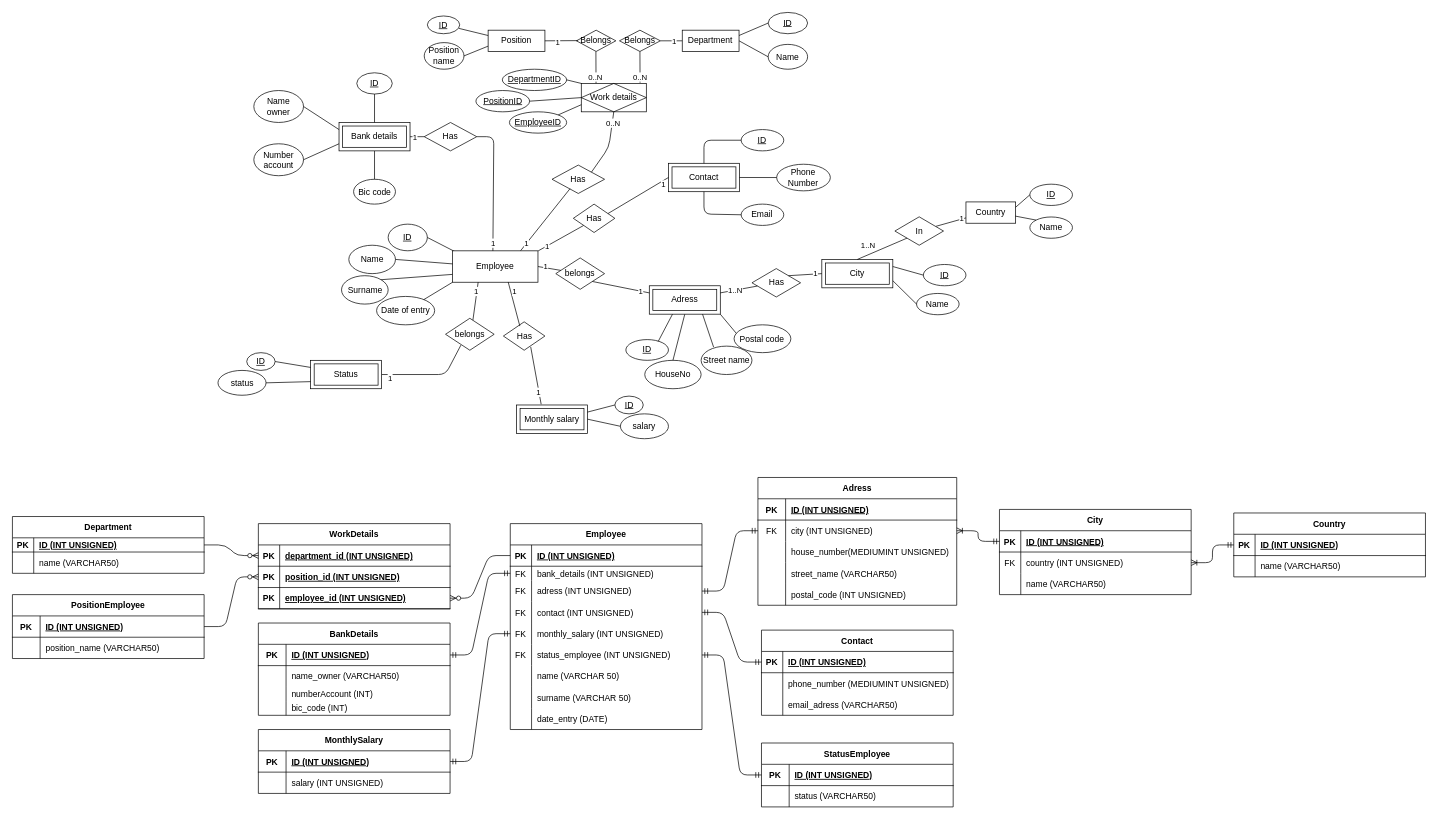
The draw.io diagram Scheme_database.drawio in AntoineD74/Database-project, before the edit. Source tidied: cells renumbered, new cells numbered last; positions are measured from the earlier drawing's top-left corner, leaving out a move shared by most shapes. Both pictures are drawn from the tidied source at 71%, with x=0, y=0 at pixel (12, 12).
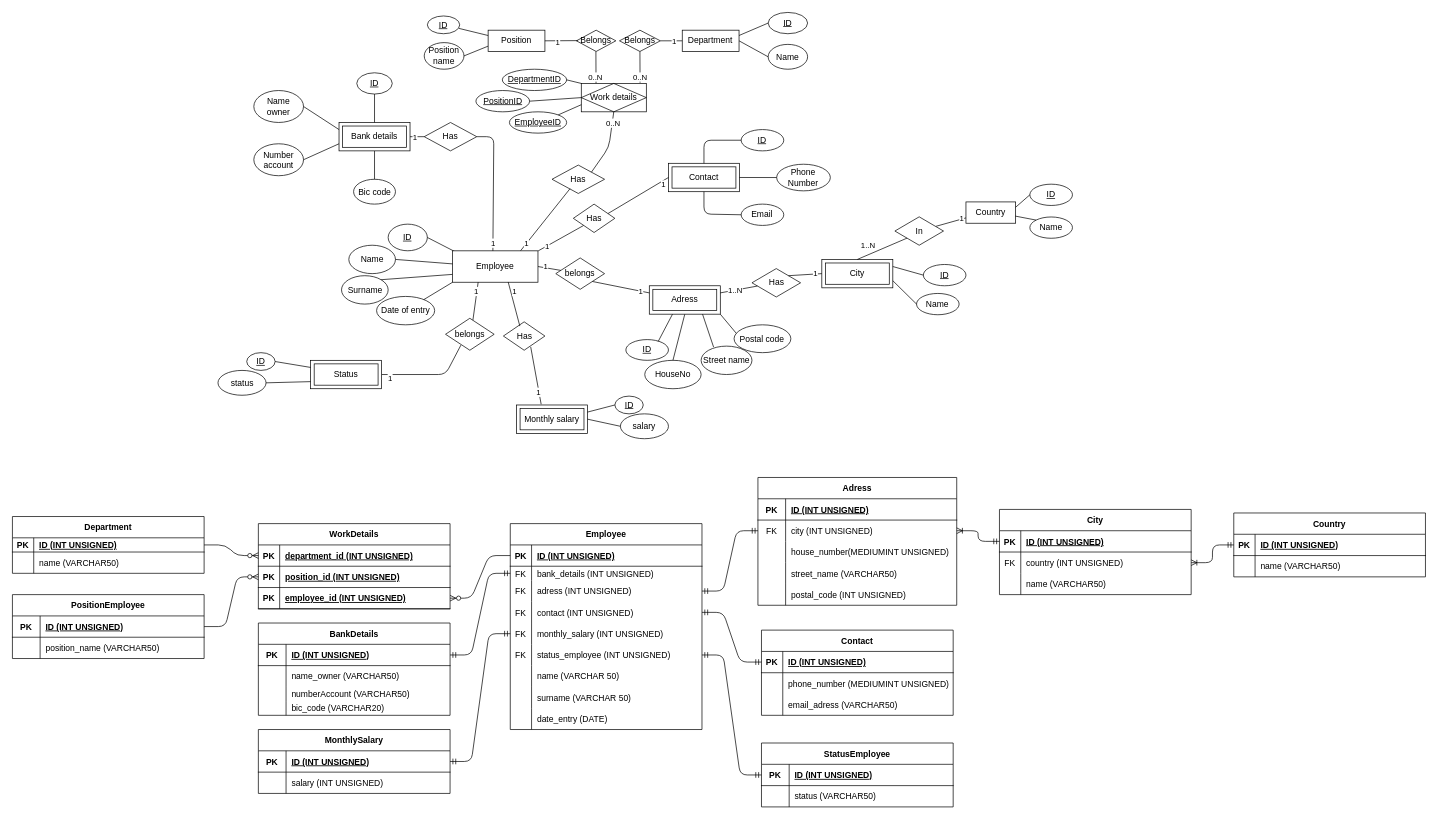
The same page after the edit.

Unchanged cells that the change refers to:
```xml
<mxCell id="100" style="shape=partialRectangle;fillColor=none;top=0;left=0;bottom=0;right=0;" parent="93" vertex="1">
  <mxGeometry y="90" width="270" height="20" as="geometry" />
</mxCell>
<mxCell id="103" style="shape=partialRectangle;fillColor=none;top=0;left=0;bottom=0;right=0;" parent="93" vertex="1">
  <mxGeometry y="110" width="270" height="20" as="geometry" />
</mxCell>
```

What changed in the source:
```diff
@@
-    <mxCell id="102" value="numberAccount (INT)" style="shape=partialRectangle;fillColor=none;top=0;left=0;bottom=0;right=0;align=left;spacingLeft=6;overflow=hidden;" parent="100" vertex="1">
+    <mxCell id="102" value="numberAccount (VARCHAR50)" style="shape=partialRectangle;fillColor=none;top=0;left=0;bottom=0;right=0;align=left;spacingLeft=6;overflow=hidden;" parent="100" vertex="1">
       <mxGeometry x="39" width="231" height="20" as="geometry" />
     </mxCell>
@@
-    <mxCell id="105" value="bic_code (INT)" style="shape=partialRectangle;fillColor=none;top=0;left=0;bottom=0;right=0;align=left;spacingLeft=6;overflow=hidden;" parent="103" vertex="1">
+    <mxCell id="105" value="bic_code (VARCHAR20)" style="shape=partialRectangle;fillColor=none;top=0;left=0;bottom=0;right=0;align=left;spacingLeft=6;overflow=hidden;" parent="103" vertex="1">
       <mxGeometry x="39" width="231" height="20" as="geometry" />
     </mxCell>
```
